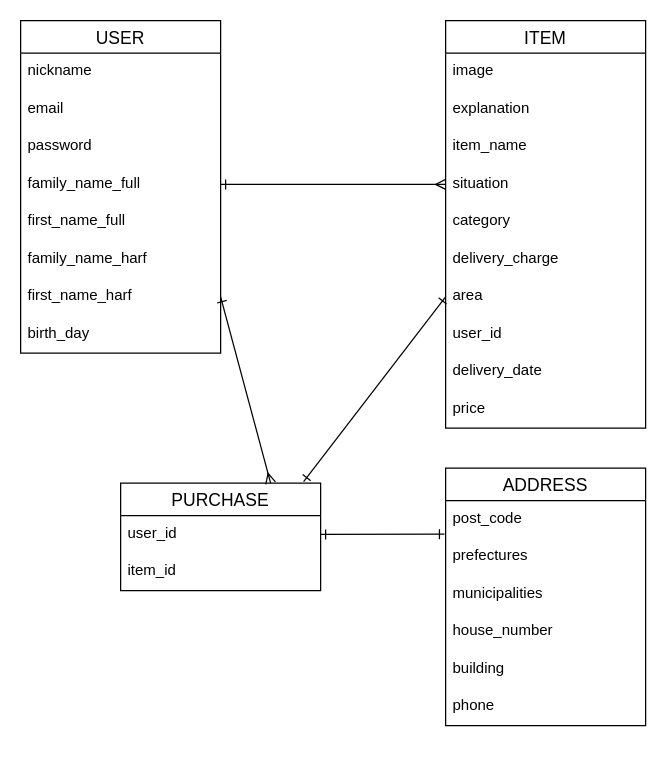
toribettori/furima-38359 keeps this draw.io diagram as furima-er.dio. Above is the earlier version. Source tidied: cells renumbered, new cells numbered last; positions are measured from the earlier drawing's top-left corner, leaving out a move shared by most shapes. Both pictures are drawn from the tidied source at 125%, with x=0, y=0 at pixel (20, 20).
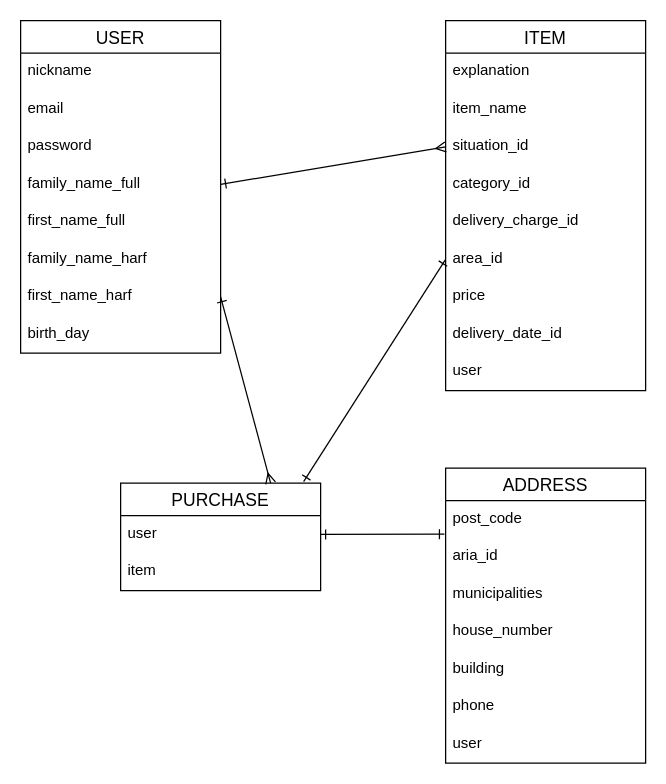
Above is the later version.

Commit message (it also covers changes not shown here):
er図とread meの修正

The change refers to these unchanged cells:
```xml
<mxCell id="26" value="PURCHASE" style="swimlane;fontStyle=0;horizontal=1;startSize=26;align=center;fontSize=14;strokeColor=default;" parent="1" vertex="1">
  <mxGeometry x="80" y="370" width="160" height="86" as="geometry" />
</mxCell>
```

Diff of the diagram source:
```diff
@@
     <mxCell id="12" value="ITEM" style="swimlane;fontStyle=0;horizontal=1;startSize=26;align=center;fontSize=14;strokeColor=default;" parent="1" vertex="1">
-      <mxGeometry x="340" width="160" height="326" as="geometry" />
+      <mxGeometry x="340" width="160" height="296" as="geometry" />
     </mxCell>
-    <mxCell id="13" value="image" style="text;strokeColor=none;fillColor=none;spacingLeft=4;spacingRight=4;overflow=hidden;fontSize=12;" parent="12" vertex="1">
-      <mxGeometry y="26" width="160" height="30" as="geometry" />
-    </mxCell>
     <mxCell id="14" value="explanation" style="text;strokeColor=none;fillColor=none;spacingLeft=4;spacingRight=4;overflow=hidden;fontSize=12;" parent="12" vertex="1">
-      <mxGeometry y="56" width="160" height="30" as="geometry" />
+      <mxGeometry y="26" width="160" height="30" as="geometry" />
     </mxCell>
     <mxCell id="15" value="item_name" style="text;strokeColor=none;fillColor=none;spacingLeft=4;spacingRight=4;overflow=hidden;fontSize=12;" parent="12" vertex="1">
-      <mxGeometry y="86" width="160" height="30" as="geometry" />
+      <mxGeometry y="56" width="160" height="30" as="geometry" />
     </mxCell>
-    <mxCell id="16" value="situation" style="text;strokeColor=none;fillColor=none;spacingLeft=4;spacingRight=4;overflow=hidden;points=[[0,0.5],[1,0.5]];portConstraint=eastwest;fontSize=12;" parent="12" vertex="1">
-      <mxGeometry y="116" width="160" height="30" as="geometry" />
+    <mxCell id="16" value="situation_id" style="text;strokeColor=none;fillColor=none;spacingLeft=4;spacingRight=4;overflow=hidden;points=[[0,0.5],[1,0.5]];portConstraint=eastwest;fontSize=12;" parent="12" vertex="1">
+      <mxGeometry y="86" width="160" height="30" as="geometry" />
     </mxCell>
-    <mxCell id="17" value="category" style="text;strokeColor=none;fillColor=none;spacingLeft=4;spacingRight=4;overflow=hidden;fontSize=12;" parent="12" vertex="1">
-      <mxGeometry y="146" width="160" height="30" as="geometry" />
+    <mxCell id="17" value="category_id" style="text;strokeColor=none;fillColor=none;spacingLeft=4;spacingRight=4;overflow=hidden;fontSize=12;" parent="12" vertex="1">
+      <mxGeometry y="116" width="160" height="30" as="geometry" />
     </mxCell>
-    <mxCell id="18" value="delivery_charge" style="text;strokeColor=none;fillColor=none;spacingLeft=4;spacingRight=4;overflow=hidden;fontSize=12;" parent="12" vertex="1">
-      <mxGeometry y="176" width="160" height="30" as="geometry" />
+    <mxCell id="18" value="delivery_charge_id" style="text;strokeColor=none;fillColor=none;spacingLeft=4;spacingRight=4;overflow=hidden;fontSize=12;" parent="12" vertex="1">
+      <mxGeometry y="146" width="160" height="30" as="geometry" />
     </mxCell>
-    <mxCell id="19" value="area" style="text;strokeColor=none;fillColor=none;spacingLeft=4;spacingRight=4;overflow=hidden;points=[[0,0.5],[1,0.5]];portConstraint=eastwest;fontSize=12;" parent="12" vertex="1">
-      <mxGeometry y="206" width="160" height="30" as="geometry" />
+    <mxCell id="19" value="area_id" style="text;strokeColor=none;fillColor=none;spacingLeft=4;spacingRight=4;overflow=hidden;points=[[0,0.5],[1,0.5]];portConstraint=eastwest;fontSize=12;" parent="12" vertex="1">
+      <mxGeometry y="176" width="160" height="30" as="geometry" />
     </mxCell>
-    <mxCell id="20" value="user_id" style="text;strokeColor=none;fillColor=none;spacingLeft=4;spacingRight=4;overflow=hidden;fontSize=12;" parent="12" vertex="1">
-      <mxGeometry y="236" width="160" height="30" as="geometry" />
+    <mxCell id="20" value="price" style="text;strokeColor=none;fillColor=none;spacingLeft=4;spacingRight=4;overflow=hidden;fontSize=12;" parent="12" vertex="1">
+      <mxGeometry y="206" width="160" height="30" as="geometry" />
     </mxCell>
-    <mxCell id="21" value="delivery_date" style="text;strokeColor=none;fillColor=none;spacingLeft=4;spacingRight=4;overflow=hidden;fontSize=12;" parent="12" vertex="1">
-      <mxGeometry y="266" width="160" height="30" as="geometry" />
+    <mxCell id="21" value="delivery_date_id" style="text;strokeColor=none;fillColor=none;spacingLeft=4;spacingRight=4;overflow=hidden;fontSize=12;" parent="12" vertex="1">
+      <mxGeometry y="236" width="160" height="30" as="geometry" />
     </mxCell>
-    <mxCell id="22" value="price" style="text;strokeColor=none;fillColor=none;spacingLeft=4;spacingRight=4;overflow=hidden;fontSize=12;" parent="12" vertex="1">
-      <mxGeometry y="296" width="160" height="30" as="geometry" />
+    <mxCell id="22" value="user" style="text;strokeColor=none;fillColor=none;spacingLeft=4;spacingRight=4;overflow=hidden;fontSize=12;" parent="12" vertex="1">
+      <mxGeometry y="266" width="160" height="30" as="geometry" />
     </mxCell>
@@
-    <mxCell id="27" value="user_id" style="text;strokeColor=none;fillColor=none;spacingLeft=4;spacingRight=4;overflow=hidden;points=[[0,0.5],[1,0.5]];portConstraint=eastwest;fontSize=12;" parent="26" vertex="1">
+    <mxCell id="27" value="user" style="text;strokeColor=none;fillColor=none;spacingLeft=4;spacingRight=4;overflow=hidden;points=[[0,0.5],[1,0.5]];portConstraint=eastwest;fontSize=12;" parent="26" vertex="1">
       <mxGeometry y="26" width="160" height="30" as="geometry" />
     </mxCell>
-    <mxCell id="28" value="item_id" style="text;strokeColor=none;fillColor=none;spacingLeft=4;spacingRight=4;overflow=hidden;fontSize=12;" parent="26" vertex="1">
+    <mxCell id="28" value="item" style="text;strokeColor=none;fillColor=none;spacingLeft=4;spacingRight=4;overflow=hidden;fontSize=12;" parent="26" vertex="1">
       <mxGeometry y="56" width="160" height="30" as="geometry" />
     </mxCell>
     <mxCell id="29" value="ADDRESS" style="swimlane;fontStyle=0;horizontal=1;startSize=26;align=center;fontSize=14;strokeColor=default;" parent="1" vertex="1">
-      <mxGeometry x="340" y="358" width="160" height="206" as="geometry" />
+      <mxGeometry x="340" y="358" width="160" height="236" as="geometry" />
     </mxCell>
@@
-    <mxCell id="31" value="prefectures" style="text;strokeColor=none;fillColor=none;spacingLeft=4;spacingRight=4;overflow=hidden;points=[[0,0.5],[1,0.5]];portConstraint=eastwest;fontSize=12;" parent="29" vertex="1">
+    <mxCell id="31" value="aria_id" style="text;strokeColor=none;fillColor=none;spacingLeft=4;spacingRight=4;overflow=hidden;points=[[0,0.5],[1,0.5]];portConstraint=eastwest;fontSize=12;" parent="29" vertex="1">
       <mxGeometry y="56" width="160" height="30" as="geometry" />
     </mxCell>
@@
+    <mxCell id="39" value="building" style="text;strokeColor=none;fillColor=none;spacingLeft=4;spacingRight=4;overflow=hidden;fontSize=12;" parent="29" vertex="1">
+      <mxGeometry y="146" width="160" height="30" as="geometry" />
+    </mxCell>
-    <mxCell id="34" value="building" style="text;strokeColor=none;fillColor=none;spacingLeft=4;spacingRight=4;overflow=hidden;fontSize=12;" parent="29" vertex="1">
-      <mxGeometry y="146" width="160" height="30" as="geometry" />
+    <mxCell id="34" value="phone" style="text;strokeColor=none;fillColor=none;spacingLeft=4;spacingRight=4;overflow=hidden;fontSize=12;" parent="29" vertex="1">
+      <mxGeometry y="176" width="160" height="30" as="geometry" />
     </mxCell>
-    <mxCell id="35" value="phone" style="text;strokeColor=none;fillColor=none;spacingLeft=4;spacingRight=4;overflow=hidden;fontSize=12;" parent="29" vertex="1">
-      <mxGeometry y="176" width="160" height="30" as="geometry" />
+    <mxCell id="35" value="user" style="text;strokeColor=none;fillColor=none;spacingLeft=4;spacingRight=4;overflow=hidden;fontSize=12;" parent="29" vertex="1">
+      <mxGeometry y="206" width="160" height="30" as="geometry" />
     </mxCell>
```
